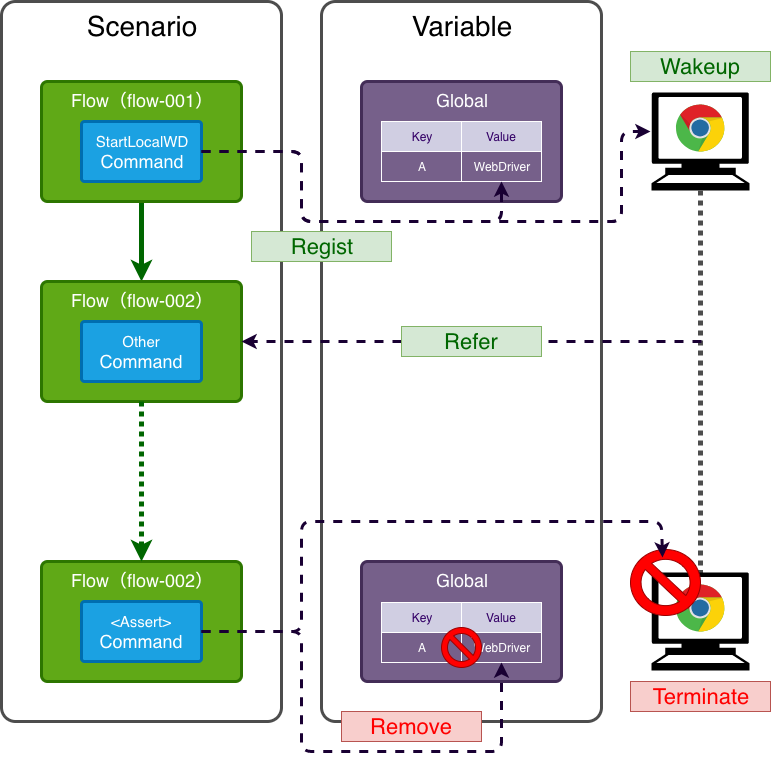
Earlier version of the draw.io export docs/media/selenium-image.png (epion-tropic-test-tool/epion-t3-doc). Source tidied: cells renumbered, new cells last; positions are measured from the earlier drawing's top-left corner, leaving out a move shared by most shapes. Source of this version:
```xml
<mxGraphModel>
  <root>
    <mxCell id="0" />
    <mxCell id="1" parent="0" />
    <mxCell id="2" value="&lt;div style=&quot;text-align: left&quot;&gt;&lt;span style=&quot;font-size: 28px&quot;&gt;Variable&lt;/span&gt;&lt;/div&gt;" style="rounded=1;whiteSpace=wrap;html=1;arcSize=5;align=center;verticalAlign=top;fillColor=none;strokeColor=#4D4D4D;strokeWidth=3;labelBackgroundColor=#ffffff;perimeterSpacing=0;comic=0;shadow=0;glass=0;" parent="1" vertex="1">
      <mxGeometry x="320" width="280" height="720" as="geometry" />
    </mxCell>
    <mxCell id="3" value="&lt;div style=&quot;text-align: left&quot;&gt;&lt;font style=&quot;font-size: 28px&quot;&gt;Scenario&lt;/font&gt;&lt;/div&gt;" style="rounded=1;whiteSpace=wrap;html=1;arcSize=5;align=center;verticalAlign=top;fillColor=none;strokeColor=#4D4D4D;strokeWidth=3;labelBackgroundColor=#ffffff;perimeterSpacing=0;comic=0;shadow=0;glass=0;" parent="1" vertex="1">
      <mxGeometry width="280" height="720" as="geometry" />
    </mxCell>
    <mxCell id="4" style="edgeStyle=orthogonalEdgeStyle;rounded=0;jettySize=auto;html=1;fontColor=#006600;strokeColor=#006600;strokeWidth=5;" parent="1" edge="1" source="5" target="7">
      <mxGeometry relative="1" as="geometry" />
    </mxCell>
    <mxCell id="5" value="&lt;div style=&quot;text-align: left&quot;&gt;&lt;span style=&quot;font-size: 18px&quot;&gt;Flow（flow-001）&lt;/span&gt;&lt;/div&gt;" style="rounded=1;whiteSpace=wrap;html=1;arcSize=5;align=center;verticalAlign=top;fillColor=#60a917;strokeColor=#2D7600;strokeWidth=3;fontColor=#ffffff;" parent="1" vertex="1">
      <mxGeometry x="40" y="80" width="200" height="120" as="geometry" />
    </mxCell>
    <mxCell id="6" value="&lt;div style=&quot;text-align: center&quot;&gt;&lt;span style=&quot;font-size: 15px&quot;&gt;StartLocalWD&lt;/span&gt;&lt;/div&gt;&lt;div style=&quot;text-align: center&quot;&gt;&lt;span style=&quot;font-size: 18px ; text-align: left&quot;&gt;Command&lt;/span&gt;&lt;/div&gt;" style="rounded=1;whiteSpace=wrap;html=1;arcSize=5;align=center;verticalAlign=middle;fillColor=#1ba1e2;strokeColor=#006EAF;strokeWidth=3;fontColor=#ffffff;" parent="1" vertex="1">
      <mxGeometry x="80" y="120" width="120" height="60" as="geometry" />
    </mxCell>
    <mxCell id="7" value="&lt;div style=&quot;text-align: left&quot;&gt;&lt;span style=&quot;font-size: 18px&quot;&gt;Flow（flow-002）&lt;/span&gt;&lt;/div&gt;" style="rounded=1;whiteSpace=wrap;html=1;arcSize=5;align=center;verticalAlign=top;fillColor=#60a917;strokeColor=#2D7600;strokeWidth=3;fontColor=#ffffff;" parent="1" vertex="1">
      <mxGeometry x="40" y="280" width="200" height="120" as="geometry" />
    </mxCell>
    <mxCell id="8" value="&lt;div style=&quot;text-align: center&quot;&gt;&lt;span style=&quot;font-size: 15px&quot;&gt;Other&lt;/span&gt;&lt;/div&gt;&lt;div style=&quot;text-align: left&quot;&gt;&lt;span style=&quot;font-size: 18px&quot;&gt;Command&lt;/span&gt;&lt;/div&gt;" style="rounded=1;whiteSpace=wrap;html=1;arcSize=5;align=center;verticalAlign=middle;fillColor=#1ba1e2;strokeColor=#006EAF;strokeWidth=3;fontColor=#ffffff;" parent="1" vertex="1">
      <mxGeometry x="80" y="320" width="120" height="60" as="geometry" />
    </mxCell>
    <mxCell id="9" style="group;" parent="1" vertex="1">
      <mxGeometry x="650" y="91" width="98" height="98" as="geometry" />
    </mxCell>
    <mxCell id="10" style="shape=mxgraph.signs.tech.computer;html=1;fillColor=#000000;strokeColor=none;verticalLabelPosition=bottom;verticalAlign=top;align=center;" parent="9" vertex="1">
      <mxGeometry width="98" height="98" as="geometry" />
    </mxCell>
    <mxCell id="11" style="dashed=0;html=1;align=center;labelPosition=center;verticalLabelPosition=bottom;verticalAlign=top;shape=mxgraph.weblogos.chrome;" parent="9" vertex="1">
      <mxGeometry x="24.5" y="12" width="49" height="48" as="geometry" />
    </mxCell>
    <mxCell id="12" value="&lt;div style=&quot;text-align: left&quot;&gt;&lt;span style=&quot;font-size: 18px&quot;&gt;Flow（flow-002）&lt;/span&gt;&lt;/div&gt;" style="rounded=1;whiteSpace=wrap;html=1;arcSize=5;align=center;verticalAlign=top;fillColor=#60a917;strokeColor=#2D7600;strokeWidth=3;fontColor=#ffffff;" parent="1" vertex="1">
      <mxGeometry x="40" y="560" width="200" height="120" as="geometry" />
    </mxCell>
    <mxCell id="13" value="&lt;div style=&quot;text-align: center&quot;&gt;&lt;font style=&quot;font-size: 15px&quot;&gt;&amp;lt;Assert&amp;gt;&lt;/font&gt;&lt;/div&gt;&lt;div style=&quot;text-align: left&quot;&gt;&lt;span style=&quot;font-size: 18px&quot;&gt;Command&lt;/span&gt;&lt;/div&gt;" style="rounded=1;whiteSpace=wrap;html=1;arcSize=5;align=center;verticalAlign=middle;fillColor=#1ba1e2;strokeColor=#006EAF;strokeWidth=3;fontColor=#ffffff;" parent="1" vertex="1">
      <mxGeometry x="80" y="600" width="120" height="60" as="geometry" />
    </mxCell>
    <mxCell id="14" style="edgeStyle=orthogonalEdgeStyle;rounded=0;jettySize=auto;html=1;fontColor=#006600;strokeColor=#006600;strokeWidth=5;entryX=0.5;entryY=0;entryDx=0;entryDy=0;dashed=1;dashPattern=1 1;" parent="1" edge="1" target="12">
      <mxGeometry relative="1" as="geometry">
        <mxPoint x="140" y="400" as="sourcePoint" />
      </mxGeometry>
    </mxCell>
    <mxCell id="15" value="&lt;div style=&quot;text-align: left&quot;&gt;&lt;span style=&quot;font-size: 18px&quot;&gt;Global&lt;/span&gt;&lt;/div&gt;" style="rounded=1;whiteSpace=wrap;html=1;arcSize=5;align=center;verticalAlign=top;fillColor=#76608a;strokeColor=#432D57;strokeWidth=3;fontColor=#ffffff;" parent="1" vertex="1">
      <mxGeometry x="360" y="80" width="200" height="120" as="geometry" />
    </mxCell>
    <mxCell id="16" value="A" style="rounded=0;whiteSpace=wrap;html=1;shadow=0;glass=0;comic=0;labelBackgroundColor=none;strokeColor=#FFFFFF;strokeWidth=1;fillColor=none;gradientColor=none;fontColor=#FFFFFF;align=center;" parent="1" vertex="1">
      <mxGeometry x="380" y="150" width="80" height="30" as="geometry" />
    </mxCell>
    <mxCell id="17" value="&lt;font&gt;Key&lt;/font&gt;" style="rounded=0;whiteSpace=wrap;html=1;shadow=0;glass=0;comic=0;labelBackgroundColor=none;strokeColor=#FFFFFF;strokeWidth=1;fillColor=#d0cee2;align=center;fontColor=#330066;" parent="1" vertex="1">
      <mxGeometry x="380" y="120" width="80" height="30" as="geometry" />
    </mxCell>
    <mxCell id="18" value="&lt;font color=&quot;#330066&quot;&gt;Value&lt;/font&gt;" style="rounded=0;whiteSpace=wrap;html=1;shadow=0;glass=0;comic=0;labelBackgroundColor=none;strokeColor=#FFFFFF;strokeWidth=1;fillColor=#d0cee2;align=center;" parent="1" vertex="1">
      <mxGeometry x="460" y="120" width="80" height="30" as="geometry" />
    </mxCell>
    <mxCell id="19" value="WebDriver" style="rounded=0;whiteSpace=wrap;html=1;shadow=0;glass=0;comic=0;labelBackgroundColor=none;strokeColor=#FFFFFF;strokeWidth=1;fillColor=none;gradientColor=none;fontColor=#FFFFFF;align=center;" parent="1" vertex="1">
      <mxGeometry x="460" y="150" width="80" height="30" as="geometry" />
    </mxCell>
    <mxCell id="20" style="endArrow=classic;dashed=1;html=1;strokeWidth=3;fontColor=#003366;exitX=1;exitY=0.5;exitDx=0;exitDy=0;fillColor=#0050ef;strokeColor=#190033;entryX=0.5;entryY=1;entryDx=0;entryDy=0;endFill=1;" parent="1" edge="1" source="6" target="19">
      <mxGeometry relative="1" as="geometry">
        <Array as="points">
          <mxPoint x="300" y="150" />
          <mxPoint x="300" y="220" />
          <mxPoint x="500" y="220" />
        </Array>
      </mxGeometry>
    </mxCell>
    <mxCell id="21" value="Regist&lt;br&gt;" style="rounded=0;whiteSpace=wrap;html=1;labelBackgroundColor=#D5E8D4;strokeColor=#82b366;fillColor=#d5e8d4;fontSize=22;align=center;fontColor=#006600;" parent="1" vertex="1">
      <mxGeometry x="250" y="230" width="140" height="30" as="geometry" />
    </mxCell>
    <mxCell id="22" value="Wakeup" style="rounded=0;whiteSpace=wrap;html=1;labelBackgroundColor=#D5E8D4;strokeColor=#82b366;fillColor=#d5e8d4;fontSize=22;align=center;fontColor=#006600;" parent="1" vertex="1">
      <mxGeometry x="629" y="50" width="140" height="30" as="geometry" />
    </mxCell>
    <mxCell id="23" style="edgeStyle=orthogonalEdgeStyle;rounded=0;jettySize=auto;html=1;fontColor=#006600;strokeColor=#4D4D4D;strokeWidth=5;dashed=1;dashPattern=1 1;exitX=0.5;exitY=1;exitDx=0;exitDy=0;exitPerimeter=0;entryX=0.5;entryY=0;entryDx=0;entryDy=0;entryPerimeter=0;endArrow=none;endFill=0;" parent="1" edge="1" source="10" target="25">
      <mxGeometry relative="1" as="geometry" />
    </mxCell>
    <mxCell id="24" style="group;" parent="1" vertex="1">
      <mxGeometry x="650" y="571" width="98" height="98" as="geometry" />
    </mxCell>
    <mxCell id="25" style="shape=mxgraph.signs.tech.computer;html=1;fillColor=#000000;strokeColor=none;verticalLabelPosition=bottom;verticalAlign=top;align=center;" parent="24" vertex="1">
      <mxGeometry width="98" height="98" as="geometry" />
    </mxCell>
    <mxCell id="26" style="dashed=0;html=1;align=center;labelPosition=center;verticalLabelPosition=bottom;verticalAlign=top;shape=mxgraph.weblogos.chrome;" parent="24" vertex="1">
      <mxGeometry x="24.5" y="12" width="49" height="48" as="geometry" />
    </mxCell>
    <mxCell id="27" value="&lt;div style=&quot;text-align: left&quot;&gt;&lt;span style=&quot;font-size: 18px&quot;&gt;Global&lt;/span&gt;&lt;/div&gt;" style="rounded=1;whiteSpace=wrap;html=1;arcSize=5;align=center;verticalAlign=top;fillColor=#76608a;strokeColor=#432D57;strokeWidth=3;fontColor=#ffffff;" parent="1" vertex="1">
      <mxGeometry x="360" y="560" width="200" height="120" as="geometry" />
    </mxCell>
    <mxCell id="28" value="A" style="rounded=0;whiteSpace=wrap;html=1;shadow=0;glass=0;comic=0;labelBackgroundColor=none;strokeColor=#FFFFFF;strokeWidth=1;fillColor=none;gradientColor=none;fontColor=#FFFFFF;align=center;" parent="1" vertex="1">
      <mxGeometry x="380" y="631" width="80" height="30" as="geometry" />
    </mxCell>
    <mxCell id="29" value="&lt;font&gt;Key&lt;/font&gt;" style="rounded=0;whiteSpace=wrap;html=1;shadow=0;glass=0;comic=0;labelBackgroundColor=none;strokeColor=#FFFFFF;strokeWidth=1;fillColor=#d0cee2;align=center;fontColor=#330066;" parent="1" vertex="1">
      <mxGeometry x="380" y="601" width="80" height="30" as="geometry" />
    </mxCell>
    <mxCell id="30" value="&lt;font color=&quot;#330066&quot;&gt;Value&lt;/font&gt;" style="rounded=0;whiteSpace=wrap;html=1;shadow=0;glass=0;comic=0;labelBackgroundColor=none;strokeColor=#FFFFFF;strokeWidth=1;fillColor=#d0cee2;align=center;" parent="1" vertex="1">
      <mxGeometry x="460" y="601" width="80" height="30" as="geometry" />
    </mxCell>
    <mxCell id="31" value="WebDriver" style="rounded=0;whiteSpace=wrap;html=1;shadow=0;glass=0;comic=0;labelBackgroundColor=none;strokeColor=#FFFFFF;strokeWidth=1;fillColor=none;gradientColor=none;fontColor=#FFFFFF;align=center;" parent="1" vertex="1">
      <mxGeometry x="460" y="631" width="80" height="30" as="geometry" />
    </mxCell>
    <mxCell id="32" style="endArrow=classic;dashed=1;html=1;strokeWidth=3;fontColor=#003366;exitX=1;exitY=0.5;exitDx=0;exitDy=0;fillColor=#0050ef;strokeColor=#190033;endFill=1;" parent="1" edge="1" source="13" target="31">
      <mxGeometry relative="1" as="geometry">
        <Array as="points">
          <mxPoint x="300" y="630" />
          <mxPoint x="300" y="750" />
          <mxPoint x="500" y="750" />
        </Array>
      </mxGeometry>
    </mxCell>
    <mxCell id="33" value="Remove&lt;br&gt;" style="rounded=0;whiteSpace=wrap;html=1;labelBackgroundColor=none;strokeColor=#b85450;fillColor=#f8cecc;fontSize=22;align=center;fontColor=#FF0000;" parent="1" vertex="1">
      <mxGeometry x="340" y="710" width="140" height="30" as="geometry" />
    </mxCell>
    <mxCell id="34" style="verticalLabelPosition=bottom;verticalAlign=top;html=1;shape=mxgraph.basic.no_symbol;align=center;fillColor=#FF0000;strokeColor=#990000;" parent="1" vertex="1">
      <mxGeometry x="440" y="626" width="40" height="40" as="geometry" />
    </mxCell>
    <mxCell id="35" style="verticalLabelPosition=bottom;verticalAlign=top;html=1;shape=mxgraph.basic.no_symbol;align=center;fillColor=#FF0000;strokeColor=#990000;" parent="1" vertex="1">
      <mxGeometry x="629" y="548" width="70" height="66" as="geometry" />
    </mxCell>
    <mxCell id="36" value="Terminate&lt;br&gt;" style="rounded=0;whiteSpace=wrap;html=1;labelBackgroundColor=none;strokeColor=#b85450;fillColor=#f8cecc;fontSize=22;align=center;fontColor=#FF0000;" parent="1" vertex="1">
      <mxGeometry x="629" y="680" width="140" height="30" as="geometry" />
    </mxCell>
    <mxCell id="37" style="endArrow=classic;dashed=1;html=1;strokeWidth=3;fontColor=#003366;fillColor=#0050ef;strokeColor=#190033;endFill=1;entryX=0.457;entryY=0.121;entryDx=0;entryDy=0;entryPerimeter=0;" parent="1" edge="1" target="35">
      <mxGeometry relative="1" as="geometry">
        <mxPoint x="200" y="630" as="sourcePoint" />
        <Array as="points">
          <mxPoint x="300" y="630" />
          <mxPoint x="300" y="520" />
          <mxPoint x="660" y="520" />
        </Array>
      </mxGeometry>
    </mxCell>
    <mxCell id="38" style="endArrow=classic;dashed=1;html=1;strokeWidth=3;fontColor=#003366;fillColor=#0050ef;strokeColor=#190033;entryX=-0.01;entryY=0.398;entryDx=0;entryDy=0;endFill=1;entryPerimeter=0;" parent="1" edge="1" target="10">
      <mxGeometry relative="1" as="geometry">
        <mxPoint x="200" y="150" as="sourcePoint" />
        <Array as="points">
          <mxPoint x="300" y="150" />
          <mxPoint x="300" y="220" />
          <mxPoint x="620" y="220" />
          <mxPoint x="620" y="130" />
        </Array>
      </mxGeometry>
    </mxCell>
    <mxCell id="39" style="endArrow=classic;dashed=1;html=1;strokeWidth=3;fontColor=#003366;fillColor=#0050ef;strokeColor=#190033;entryX=1;entryY=0.5;entryDx=0;entryDy=0;endFill=1;" parent="1" edge="1" source="41" target="7">
      <mxGeometry relative="1" as="geometry" />
    </mxCell>
    <mxCell id="40" style="endArrow=classic;dashed=1;html=1;strokeWidth=3;fontColor=#003366;fillColor=#0050ef;strokeColor=#190033;entryX=1;entryY=0.5;entryDx=0;entryDy=0;endFill=1;" parent="1" edge="1" target="41">
      <mxGeometry relative="1" as="geometry">
        <mxPoint x="700" y="340" as="sourcePoint" />
        <Array as="points">
          <mxPoint x="600" y="340" />
          <mxPoint x="510" y="340" />
          <mxPoint x="480" y="340" />
          <mxPoint x="390" y="340" />
        </Array>
      </mxGeometry>
    </mxCell>
    <mxCell id="41" value="Refer&lt;br&gt;" style="rounded=0;whiteSpace=wrap;html=1;labelBackgroundColor=#D5E8D4;strokeColor=#82b366;fillColor=#d5e8d4;fontSize=22;align=center;fontColor=#006600;" parent="1" vertex="1">
      <mxGeometry x="400" y="325" width="140" height="30" as="geometry" />
    </mxCell>
  </root>
</mxGraphModel>
```
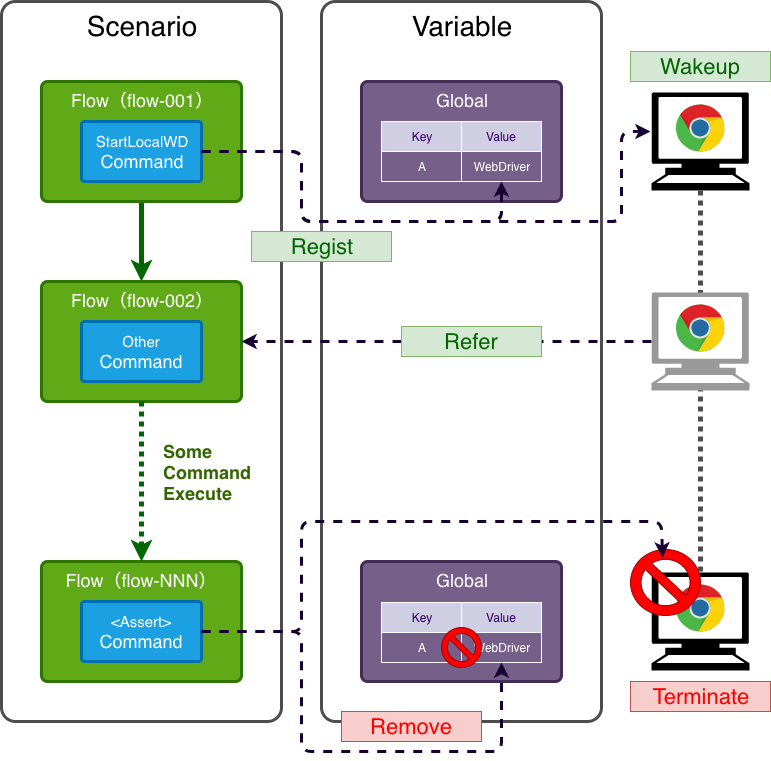
The same diagram one commit later.

The edit, as a diff of the source:
```diff
@@ -32,7 +32,7 @@
     <mxCell id="11" style="dashed=0;html=1;align=center;labelPosition=center;verticalLabelPosition=bottom;verticalAlign=top;shape=mxgraph.weblogos.chrome;" parent="9" vertex="1">
       <mxGeometry x="24.5" y="12" width="49" height="48" as="geometry" />
     </mxCell>
-    <mxCell id="12" value="&lt;div style=&quot;text-align: left&quot;&gt;&lt;span style=&quot;font-size: 18px&quot;&gt;Flow（flow-002）&lt;/span&gt;&lt;/div&gt;" style="rounded=1;whiteSpace=wrap;html=1;arcSize=5;align=center;verticalAlign=top;fillColor=#60a917;strokeColor=#2D7600;strokeWidth=3;fontColor=#ffffff;" parent="1" vertex="1">
+    <mxCell id="12" value="&lt;div style=&quot;text-align: left&quot;&gt;&lt;span style=&quot;font-size: 18px&quot;&gt;Flow（flow-NNN）&lt;/span&gt;&lt;/div&gt;" style="rounded=1;whiteSpace=wrap;html=1;arcSize=5;align=center;verticalAlign=top;fillColor=#60a917;strokeColor=#2D7600;strokeWidth=3;fontColor=#ffffff;" parent="1" vertex="1">
       <mxGeometry x="40" y="560" width="200" height="120" as="geometry" />
     </mxCell>
     <mxCell id="13" value="&lt;div style=&quot;text-align: center&quot;&gt;&lt;font style=&quot;font-size: 15px&quot;&gt;&amp;lt;Assert&amp;gt;&lt;/font&gt;&lt;/div&gt;&lt;div style=&quot;text-align: left&quot;&gt;&lt;span style=&quot;font-size: 18px&quot;&gt;Command&lt;/span&gt;&lt;/div&gt;" style="rounded=1;whiteSpace=wrap;html=1;arcSize=5;align=center;verticalAlign=middle;fillColor=#1ba1e2;strokeColor=#006EAF;strokeWidth=3;fontColor=#ffffff;" parent="1" vertex="1">
@@ -73,7 +73,7 @@
     <mxCell id="22" value="Wakeup" style="rounded=0;whiteSpace=wrap;html=1;labelBackgroundColor=#D5E8D4;strokeColor=#82b366;fillColor=#d5e8d4;fontSize=22;align=center;fontColor=#006600;" parent="1" vertex="1">
       <mxGeometry x="629" y="50" width="140" height="30" as="geometry" />
     </mxCell>
-    <mxCell id="23" style="edgeStyle=orthogonalEdgeStyle;rounded=0;jettySize=auto;html=1;fontColor=#006600;strokeColor=#4D4D4D;strokeWidth=5;dashed=1;dashPattern=1 1;exitX=0.5;exitY=1;exitDx=0;exitDy=0;exitPerimeter=0;entryX=0.5;entryY=0;entryDx=0;entryDy=0;entryPerimeter=0;endArrow=none;endFill=0;" parent="1" edge="1" source="10" target="25">
+    <mxCell id="23" style="edgeStyle=orthogonalEdgeStyle;rounded=0;jettySize=auto;html=1;fontColor=#006600;strokeColor=#4D4D4D;strokeWidth=5;dashed=1;dashPattern=1 1;exitX=0.5;exitY=1;exitDx=0;exitDy=0;exitPerimeter=0;entryX=0.5;entryY=0;entryDx=0;entryDy=0;entryPerimeter=0;endArrow=none;endFill=0;" parent="1" edge="1" source="10" target="45">
       <mxGeometry relative="1" as="geometry" />
     </mxCell>
     <mxCell id="24" style="group;" parent="1" vertex="1">
@@ -115,22 +115,9 @@
     <mxCell id="34" style="verticalLabelPosition=bottom;verticalAlign=top;html=1;shape=mxgraph.basic.no_symbol;align=center;fillColor=#FF0000;strokeColor=#990000;" parent="1" vertex="1">
       <mxGeometry x="440" y="626" width="40" height="40" as="geometry" />
     </mxCell>
-    <mxCell id="35" style="verticalLabelPosition=bottom;verticalAlign=top;html=1;shape=mxgraph.basic.no_symbol;align=center;fillColor=#FF0000;strokeColor=#990000;" parent="1" vertex="1">
-      <mxGeometry x="629" y="548" width="70" height="66" as="geometry" />
-    </mxCell>
     <mxCell id="36" value="Terminate&lt;br&gt;" style="rounded=0;whiteSpace=wrap;html=1;labelBackgroundColor=none;strokeColor=#b85450;fillColor=#f8cecc;fontSize=22;align=center;fontColor=#FF0000;" parent="1" vertex="1">
       <mxGeometry x="629" y="680" width="140" height="30" as="geometry" />
     </mxCell>
-    <mxCell id="37" style="endArrow=classic;dashed=1;html=1;strokeWidth=3;fontColor=#003366;fillColor=#0050ef;strokeColor=#190033;endFill=1;entryX=0.457;entryY=0.121;entryDx=0;entryDy=0;entryPerimeter=0;" parent="1" edge="1" target="35">
-      <mxGeometry relative="1" as="geometry">
-        <mxPoint x="200" y="630" as="sourcePoint" />
-        <Array as="points">
-          <mxPoint x="300" y="630" />
-          <mxPoint x="300" y="520" />
-          <mxPoint x="660" y="520" />
-        </Array>
-      </mxGeometry>
-    </mxCell>
     <mxCell id="38" style="endArrow=classic;dashed=1;html=1;strokeWidth=3;fontColor=#003366;fillColor=#0050ef;strokeColor=#190033;entryX=-0.01;entryY=0.398;entryDx=0;entryDy=0;endFill=1;entryPerimeter=0;" parent="1" edge="1" target="10">
       <mxGeometry relative="1" as="geometry">
         <mxPoint x="200" y="150" as="sourcePoint" />
@@ -145,9 +132,8 @@
     <mxCell id="39" style="endArrow=classic;dashed=1;html=1;strokeWidth=3;fontColor=#003366;fillColor=#0050ef;strokeColor=#190033;entryX=1;entryY=0.5;entryDx=0;entryDy=0;endFill=1;" parent="1" edge="1" source="41" target="7">
       <mxGeometry relative="1" as="geometry" />
     </mxCell>
-    <mxCell id="40" style="endArrow=classic;dashed=1;html=1;strokeWidth=3;fontColor=#003366;fillColor=#0050ef;strokeColor=#190033;entryX=1;entryY=0.5;entryDx=0;entryDy=0;endFill=1;" parent="1" edge="1" target="41">
+    <mxCell id="40" style="endArrow=classic;dashed=1;html=1;strokeWidth=3;fontColor=#003366;fillColor=#0050ef;strokeColor=#190033;entryX=1;entryY=0.5;entryDx=0;entryDy=0;endFill=1;exitX=0;exitY=0.5;exitDx=0;exitDy=0;exitPerimeter=0;" parent="1" edge="1" source="45" target="41">
       <mxGeometry relative="1" as="geometry">
-        <mxPoint x="700" y="340" as="sourcePoint" />
         <Array as="points">
           <mxPoint x="600" y="340" />
           <mxPoint x="510" y="340" />
@@ -159,5 +145,35 @@
     <mxCell id="41" value="Refer&lt;br&gt;" style="rounded=0;whiteSpace=wrap;html=1;labelBackgroundColor=#D5E8D4;strokeColor=#82b366;fillColor=#d5e8d4;fontSize=22;align=center;fontColor=#006600;" parent="1" vertex="1">
       <mxGeometry x="400" y="325" width="140" height="30" as="geometry" />
     </mxCell>
+    <mxCell id="42" value="Some&lt;br style=&quot;font-size: 18px&quot;&gt;Command&lt;br&gt;Execute&lt;br style=&quot;font-size: 18px&quot;&gt;" style="text;html=1;strokeColor=none;fillColor=none;align=left;verticalAlign=middle;whiteSpace=wrap;rounded=0;labelBackgroundColor=none;fontColor=#336600;fontSize=18;fontStyle=1;" parent="1" vertex="1">
+      <mxGeometry x="160" y="450" width="80" height="40" as="geometry" />
+    </mxCell>
+    <mxCell id="43" style="edgeStyle=orthogonalEdgeStyle;rounded=0;jettySize=auto;html=1;fontColor=#006600;strokeColor=#4D4D4D;strokeWidth=5;dashed=1;dashPattern=1 1;entryX=0.5;entryY=0;entryDx=0;entryDy=0;entryPerimeter=0;endArrow=none;endFill=0;" parent="1" edge="1" target="25">
+      <mxGeometry relative="1" as="geometry">
+        <mxPoint x="699" y="385" as="sourcePoint" />
+      </mxGeometry>
+    </mxCell>
+    <mxCell id="35" style="verticalLabelPosition=bottom;verticalAlign=top;html=1;shape=mxgraph.basic.no_symbol;align=center;fillColor=#FF0000;strokeColor=#990000;" parent="1" vertex="1">
+      <mxGeometry x="629" y="548" width="70" height="66" as="geometry" />
+    </mxCell>
+    <mxCell id="37" style="endArrow=classic;dashed=1;html=1;strokeWidth=3;fontColor=#003366;fillColor=#0050ef;strokeColor=#190033;endFill=1;entryX=0.457;entryY=0.121;entryDx=0;entryDy=0;entryPerimeter=0;" parent="1" edge="1" target="35">
+      <mxGeometry relative="1" as="geometry">
+        <mxPoint x="200" y="630" as="sourcePoint" />
+        <Array as="points">
+          <mxPoint x="300" y="630" />
+          <mxPoint x="300" y="520" />
+          <mxPoint x="660" y="520" />
+        </Array>
+      </mxGeometry>
+    </mxCell>
+    <mxCell id="44" style="group;" parent="1" vertex="1">
+      <mxGeometry x="650" y="291" width="98" height="98" as="geometry" />
+    </mxCell>
+    <mxCell id="45" style="shape=mxgraph.signs.tech.computer;html=1;fillColor=#999999;strokeColor=none;verticalLabelPosition=bottom;verticalAlign=top;align=center;" parent="44" vertex="1">
+      <mxGeometry width="98" height="98" as="geometry" />
+    </mxCell>
+    <mxCell id="46" style="dashed=0;html=1;align=center;labelPosition=center;verticalLabelPosition=bottom;verticalAlign=top;shape=mxgraph.weblogos.chrome;" parent="44" vertex="1">
+      <mxGeometry x="24.5" y="12" width="49" height="48" as="geometry" />
+    </mxCell>
   </root>
 </mxGraphModel>
```
